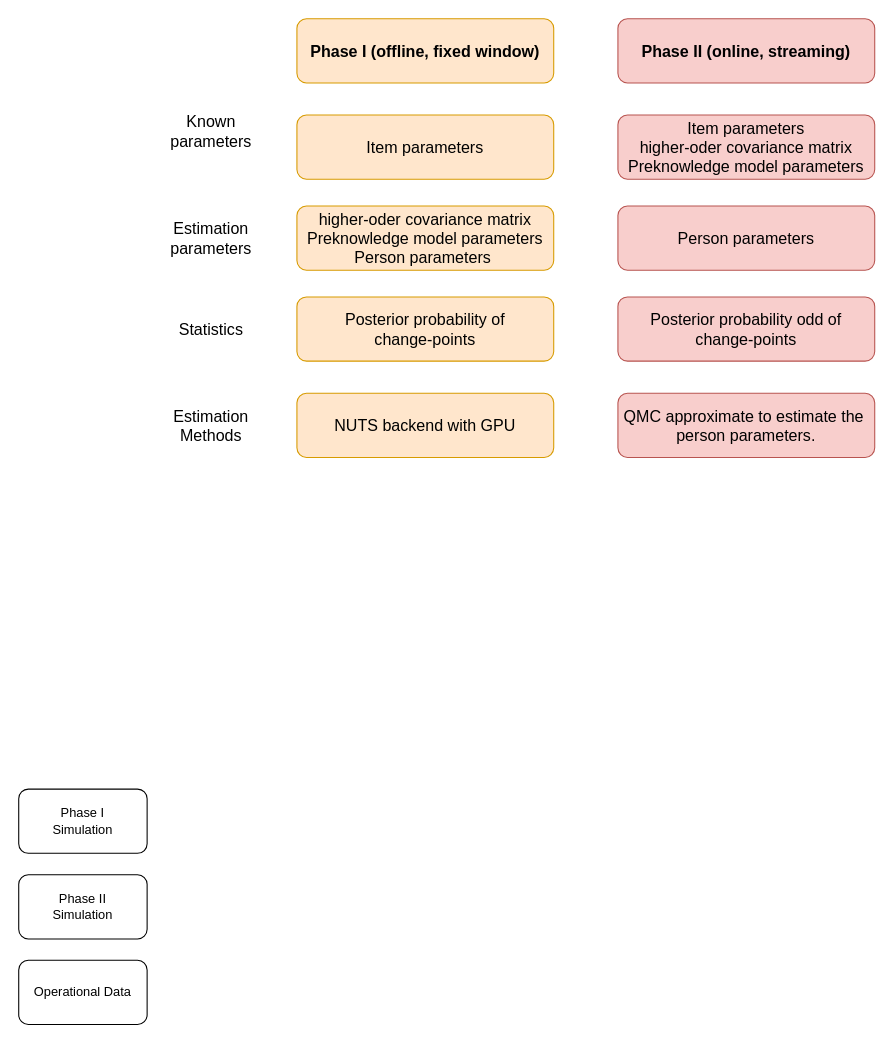
Earlier version of the draw.io diagram page "Page-5" (6 of 7) of NCME_CPA.drawio (qipengchen/draw_io). Source tidied: cells renumbered, new cells numbered last; positions are measured from the earlier drawing's top-left corner, leaving out a move shared by most shapes. Both pictures are drawn from the tidied source at 107%, with x=0, y=0 at pixel (18, 18).
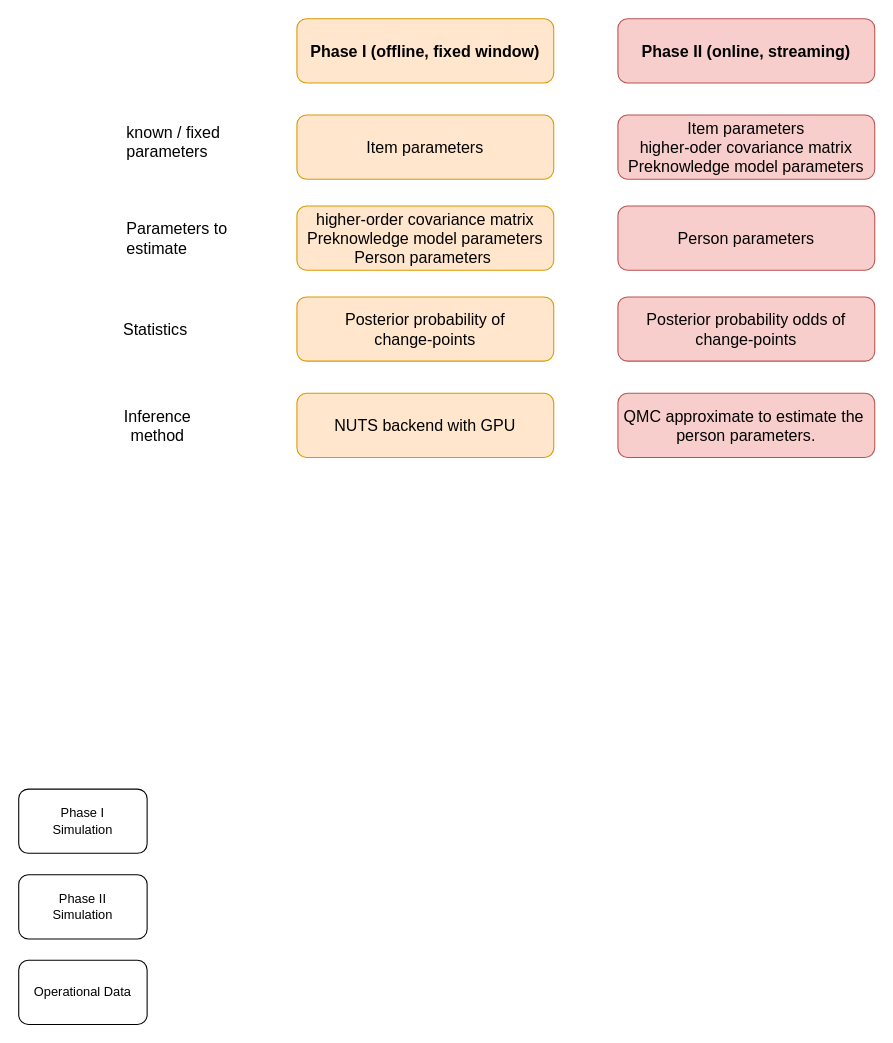
Above is the later version.

Change to the diagram source:
```diff
@@
 <mxGraphModel>
   <root>
     <mxCell id="0" />
     <mxCell id="1" parent="0" />
     <mxCell id="2" value="Phase I&lt;br&gt;Simulation" style="rounded=1;whiteSpace=wrap;html=1;" parent="1" vertex="1">
       <mxGeometry y="720" width="120" height="60" as="geometry" />
     </mxCell>
     <mxCell id="3" value="Phase II&lt;br&gt;Simulation" style="rounded=1;whiteSpace=wrap;html=1;" parent="1" vertex="1">
       <mxGeometry y="800" width="120" height="60" as="geometry" />
     </mxCell>
     <mxCell id="4" value="Operational Data" style="rounded=1;whiteSpace=wrap;html=1;" parent="1" vertex="1">
       <mxGeometry y="880" width="120" height="60" as="geometry" />
     </mxCell>
     <mxCell id="5" value="&lt;span style=&quot;text-align: left;&quot;&gt;Phase I (offline, fixed window)&lt;/span&gt;" style="rounded=1;whiteSpace=wrap;html=1;fontSize=15;fillColor=#ffe6cc;strokeColor=#d79b00;fontStyle=1;" parent="1" vertex="1">
       <mxGeometry x="260" width="240" height="60" as="geometry" />
     </mxCell>
     <mxCell id="6" value="&lt;div style=&quot;text-align: left;&quot;&gt;&lt;span style=&quot;background-color: transparent; color: light-dark(rgb(0, 0, 0), rgb(255, 255, 255));&quot;&gt;NUTS&amp;nbsp;&lt;/span&gt;&lt;span&gt;backend&lt;/span&gt;&lt;span style=&quot;background-color: transparent; color: light-dark(rgb(0, 0, 0), rgb(255, 255, 255));&quot;&gt;&amp;nbsp;with GPU&lt;/span&gt;&lt;/div&gt;" style="rounded=1;whiteSpace=wrap;html=1;fontSize=15;fillColor=#ffe6cc;strokeColor=#d79b00;" parent="1" vertex="1">
       <mxGeometry x="260" y="350" width="240" height="60" as="geometry" />
     </mxCell>
     <mxCell id="7" value="&lt;div style=&quot;&quot;&gt;Posterior probability of &lt;br&gt;change-points&lt;/div&gt;" style="rounded=1;whiteSpace=wrap;html=1;fontSize=15;align=center;fillColor=#ffe6cc;strokeColor=#d79b00;" parent="1" vertex="1">
       <mxGeometry x="260" y="260" width="240" height="60" as="geometry" />
     </mxCell>
-    <mxCell id="8" value="Statistics" style="text;html=1;align=center;verticalAlign=middle;whiteSpace=wrap;rounded=0;fontSize=15;" parent="1" vertex="1">
-      <mxGeometry x="150" y="275" width="60" height="30" as="geometry" />
+    <mxCell id="8" value="Statistics&amp;nbsp;" style="text;html=1;align=center;verticalAlign=middle;whiteSpace=wrap;rounded=0;fontSize=15;" parent="1" vertex="1">
+      <mxGeometry x="100" y="275" width="60" height="30" as="geometry" />
     </mxCell>
-    <mxCell id="9" value="Estimation Methods" style="text;html=1;align=center;verticalAlign=middle;whiteSpace=wrap;rounded=0;fontSize=15;" parent="1" vertex="1">
-      <mxGeometry x="150" y="365" width="60" height="30" as="geometry" />
+    <mxCell id="9" value="Inference method" style="text;html=1;align=center;verticalAlign=middle;whiteSpace=wrap;rounded=0;fontSize=15;" parent="1" vertex="1">
+      <mxGeometry x="90" y="365" width="80" height="30" as="geometry" />
     </mxCell>
     <mxCell id="10" value="&lt;span style=&quot;text-align: left;&quot;&gt;Phase II (online, streaming)&lt;/span&gt;" style="rounded=1;whiteSpace=wrap;html=1;fontSize=15;fillColor=#f8cecc;strokeColor=#b85450;fontStyle=1;" parent="1" vertex="1">
       <mxGeometry x="560" width="240" height="60" as="geometry" />
     </mxCell>
     <mxCell id="11" value="&lt;div style=&quot;&quot;&gt;QMC approximate to estimate the&amp;nbsp; person parameters.&lt;/div&gt;" style="rounded=1;whiteSpace=wrap;html=1;fontSize=15;align=center;fillColor=#f8cecc;strokeColor=#b85450;" parent="1" vertex="1">
       <mxGeometry x="560" y="350" width="240" height="60" as="geometry" />
     </mxCell>
-    <mxCell id="12" value="&lt;div style=&quot;&quot;&gt;Posterior probability odd of &lt;br&gt;change-points&lt;/div&gt;" style="rounded=1;whiteSpace=wrap;html=1;fontSize=15;align=center;fillColor=#f8cecc;strokeColor=#b85450;" parent="1" vertex="1">
+    <mxCell id="12" value="&lt;div style=&quot;&quot;&gt;Posterior probability odds of &lt;br&gt;change-points&lt;/div&gt;" style="rounded=1;whiteSpace=wrap;html=1;fontSize=15;align=center;fillColor=#f8cecc;strokeColor=#b85450;" parent="1" vertex="1">
       <mxGeometry x="560" y="260" width="240" height="60" as="geometry" />
     </mxCell>
-    <mxCell id="13" value="Known parameters" style="text;html=1;align=center;verticalAlign=middle;whiteSpace=wrap;rounded=0;fontSize=15;" parent="1" vertex="1">
-      <mxGeometry x="150" y="90" width="60" height="30" as="geometry" />
+    <mxCell id="13" value="known / fixed&lt;br&gt;parameters" style="text;html=1;align=left;verticalAlign=middle;whiteSpace=wrap;rounded=0;fontSize=15;" parent="1" vertex="1">
+      <mxGeometry x="99" y="100" width="120" height="30" as="geometry" />
     </mxCell>
     <mxCell id="14" value="&lt;div style=&quot;&quot;&gt;Item parameters&lt;/div&gt;" style="rounded=1;whiteSpace=wrap;html=1;fontSize=15;align=center;fillColor=#ffe6cc;strokeColor=#d79b00;" parent="1" vertex="1">
       <mxGeometry x="260" y="90" width="240" height="60" as="geometry" />
     </mxCell>
     <mxCell id="15" value="&lt;div style=&quot;&quot;&gt;Item parameters&lt;br&gt;higher-oder covariance matrix&lt;br&gt;Preknowledge model parameters&lt;/div&gt;" style="rounded=1;whiteSpace=wrap;html=1;fontSize=15;align=center;fillColor=#f8cecc;strokeColor=#b85450;" parent="1" vertex="1">
       <mxGeometry x="560" y="90" width="240" height="60" as="geometry" />
     </mxCell>
-    <mxCell id="16" value="Estimation parameters" style="text;html=1;align=center;verticalAlign=middle;whiteSpace=wrap;rounded=0;fontSize=15;" parent="1" vertex="1">
-      <mxGeometry x="150" y="190" width="60" height="30" as="geometry" />
+    <mxCell id="16" value="Parameters to estimate" style="text;html=1;align=left;verticalAlign=middle;whiteSpace=wrap;rounded=0;fontSize=15;" parent="1" vertex="1">
+      <mxGeometry x="99" y="190" width="130" height="30" as="geometry" />
     </mxCell>
-    <mxCell id="17" value="&lt;div style=&quot;&quot;&gt;higher-oder covariance matrix&lt;br&gt;Preknowledge model parameters&lt;br&gt;Person parameters&amp;nbsp;&lt;/div&gt;" style="rounded=1;whiteSpace=wrap;html=1;fontSize=15;align=center;fillColor=#ffe6cc;strokeColor=#d79b00;" parent="1" vertex="1">
+    <mxCell id="17" value="&lt;div style=&quot;&quot;&gt;higher-order covariance matrix&lt;br&gt;Preknowledge model parameters&lt;br&gt;Person parameters&amp;nbsp;&lt;/div&gt;" style="rounded=1;whiteSpace=wrap;html=1;fontSize=15;align=center;fillColor=#ffe6cc;strokeColor=#d79b00;" parent="1" vertex="1">
       <mxGeometry x="260" y="175" width="240" height="60" as="geometry" />
     </mxCell>
     <mxCell id="18" value="&lt;div style=&quot;&quot;&gt;Person parameters&lt;/div&gt;" style="rounded=1;whiteSpace=wrap;html=1;fontSize=15;align=center;fillColor=#f8cecc;strokeColor=#b85450;" parent="1" vertex="1">
       <mxGeometry x="560" y="175" width="240" height="60" as="geometry" />
     </mxCell>
   </root>
 </mxGraphModel>
```
